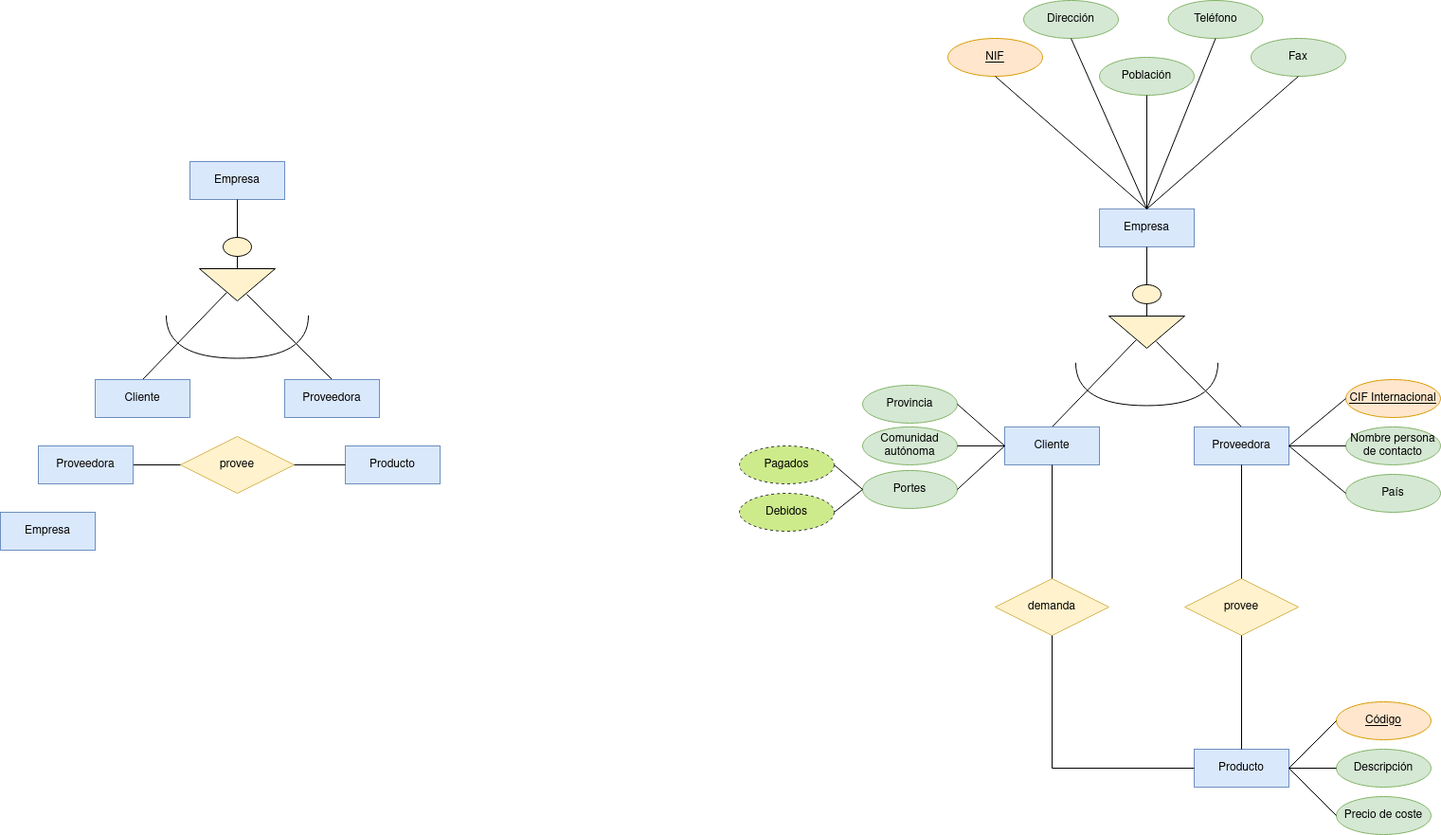
Above: Unidad-1/Tareas/Tarea_Entregable-4/Diagrama Tarea Entregable 4.drawio.png in RafaelMayor/base-datos (draw.io), before the change. Source tidied: cells renumbered, new cells last; positions are measured from the earlier drawing's top-left corner, leaving out a move shared by most shapes.
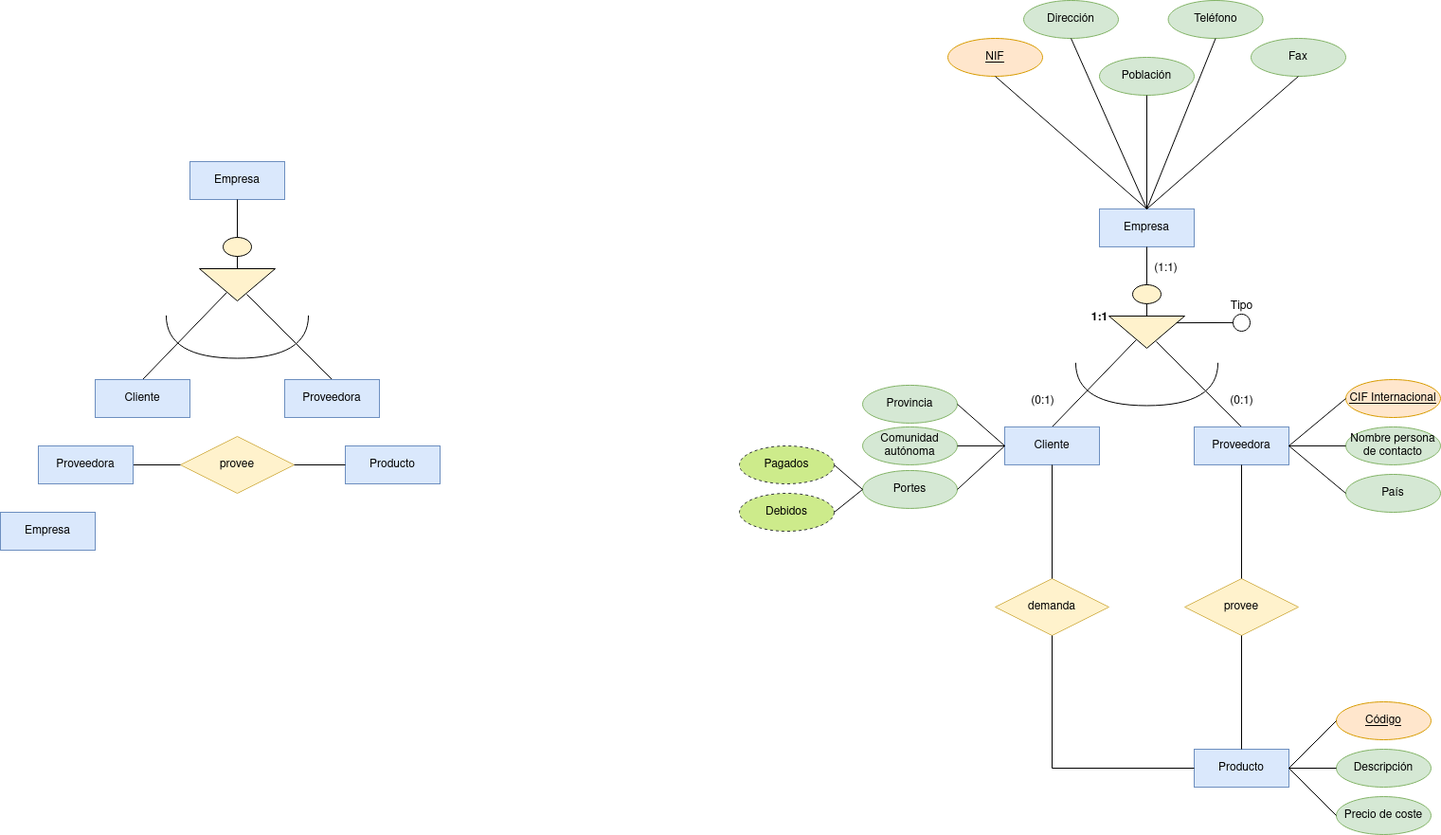
Later version of the same file.

What changed in the source:
```diff
@@ -201,5 +201,26 @@
     <mxCell id="66" style="endArrow=none;html=1;rounded=0;entryX=0.5;entryY=1;entryDx=0;entryDy=0;exitX=0.5;exitY=0;exitDx=0;exitDy=0;" parent="1" edge="1" source="64" target="27">
       <mxGeometry relative="1" as="geometry" />
     </mxCell>
+    <mxCell id="67" value="(0:1)" style="text;html=1;align=center;verticalAlign=middle;strokeColor=none;fillColor=none;" parent="1" vertex="1">
+      <mxGeometry x="1285" y="408" width="50" height="30" as="geometry" />
+    </mxCell>
+    <mxCell id="68" value="(0:1)" style="text;html=1;align=center;verticalAlign=middle;strokeColor=none;fillColor=none;" parent="1" vertex="1">
+      <mxGeometry x="1075" y="408" width="50" height="30" as="geometry" />
+    </mxCell>
+    <mxCell id="69" value="(1:1)" style="text;html=1;align=center;verticalAlign=middle;strokeColor=none;fillColor=none;" parent="1" vertex="1">
+      <mxGeometry x="1205" y="268" width="50" height="30" as="geometry" />
+    </mxCell>
+    <mxCell id="70" value="&lt;b&gt;1:1&lt;/b&gt;" style="text;html=1;align=center;verticalAlign=middle;strokeColor=none;fillColor=none;" parent="1" vertex="1">
+      <mxGeometry x="1140" y="319.9" width="40" height="30" as="geometry" />
+    </mxCell>
+    <mxCell id="71" style="ellipse;whiteSpace=wrap;html=1;" parent="1" vertex="1">
+      <mxGeometry x="1301" y="330.9" width="18" height="18" as="geometry" />
+    </mxCell>
+    <mxCell id="72" style="endArrow=none;html=1;rounded=0;entryX=0.211;entryY=0.11;entryDx=0;entryDy=0;entryPerimeter=0;exitX=0;exitY=0.5;exitDx=0;exitDy=0;" parent="1" edge="1" source="71" target="20">
+      <mxGeometry relative="1" as="geometry" />
+    </mxCell>
+    <mxCell id="73" value="Tipo" style="text;html=1;align=center;verticalAlign=middle;strokeColor=none;fillColor=none;" parent="1" vertex="1">
+      <mxGeometry x="1285" y="308" width="50" height="30" as="geometry" />
+    </mxCell>
   </root>
 </mxGraphModel>
```
